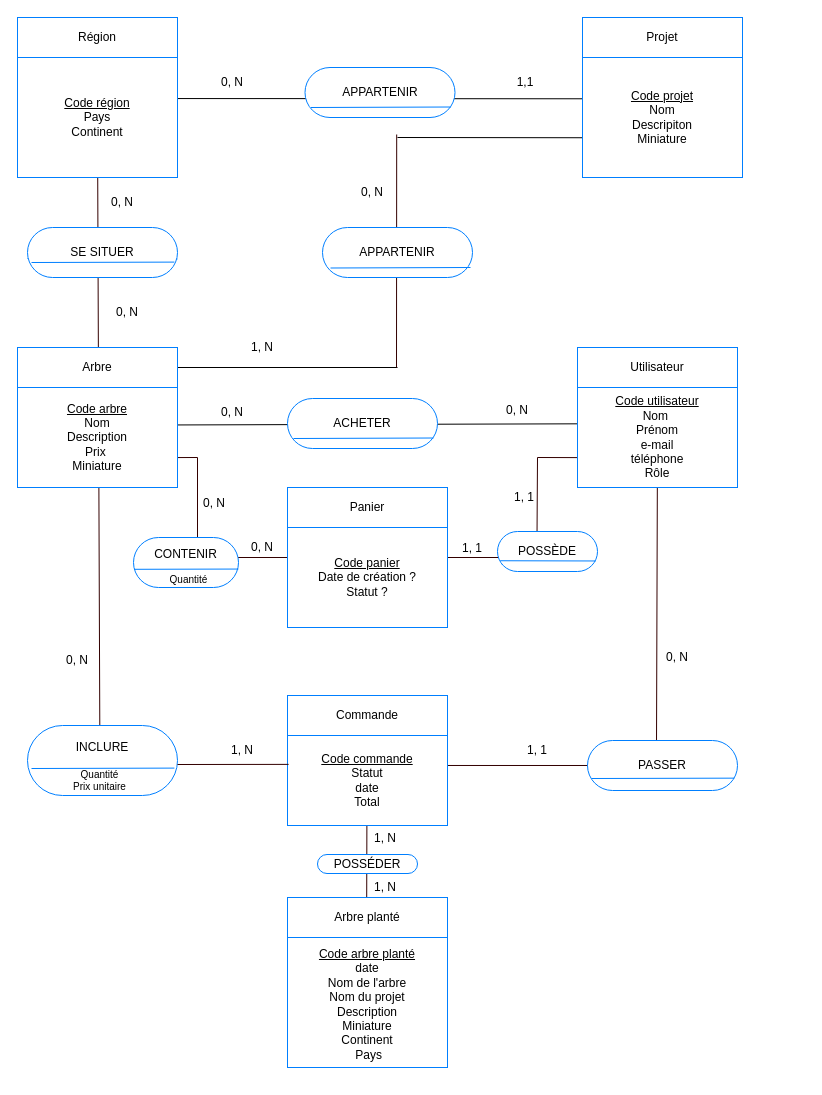
This is conception/MCD.drawio from ChloeGarciaMillerand/GreenRoots_Freyja, a draw.io file, before an edit. Source tidied: cells renumbered, new cells numbered last; positions are measured from the earlier drawing's top-left corner, leaving out a move shared by most shapes. Both pictures are drawn from the tidied source at 100%, with x=0, y=0 at pixel (17, 17).
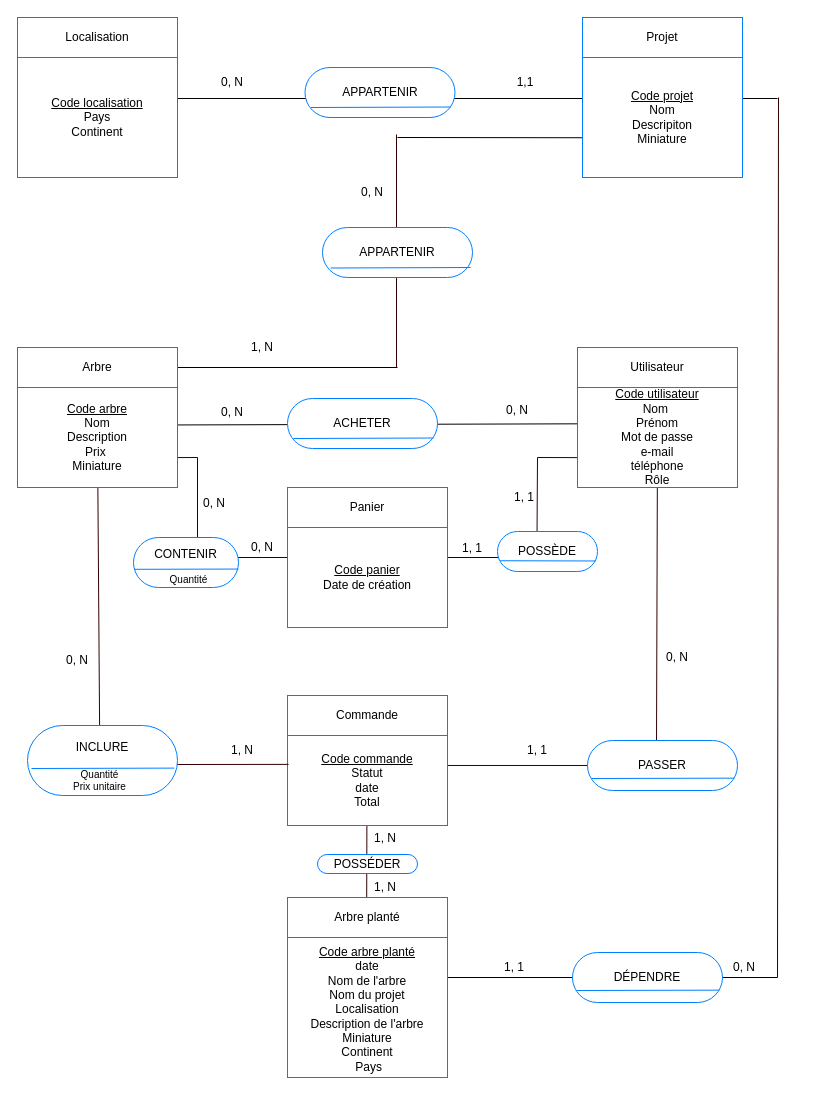
The same diagram, later.

Commit message (it also covers changes not shown here):
modify MCD/MLD/ERD

Unchanged cells that the change refers to:
```xml
<mxCell id="16" value="&lt;u&gt;Code arbre&lt;br&gt;&lt;/u&gt;Nom&lt;br&gt;Description&lt;br&gt;Prix&amp;nbsp;&lt;br&gt;Miniature" style="rounded=0;whiteSpace=wrap;html=1;strokeColor=#007FFF;" parent="1" vertex="1">
  <mxGeometry y="370" width="160" height="100" as="geometry" />
</mxCell>
<mxCell id="52" value="Quantité&lt;br style=&quot;font-size: 10px;&quot;&gt;Prix unitaire" style="rounded=0;whiteSpace=wrap;html=1;strokeColor=none;fillColor=none;fontSize=10;" parent="1" vertex="1">
  <mxGeometry x="35" y="748" width="95" height="30" as="geometry" />
</mxCell>
```

Diff of the diagram source:
```diff
@@
+    <mxCell id="71" style="endArrow=none;html=1;" parent="1" edge="1">
+      <mxGeometry relative="1" as="geometry">
+        <mxPoint x="420" y="960" as="sourcePoint" />
+        <mxPoint x="760" y="960" as="targetPoint" />
+      </mxGeometry>
+    </mxCell>
@@
-    <mxCell id="4" style="endArrow=none;html=1;entryX=0.875;entryY=0.375;entryDx=0;entryDy=0;entryPerimeter=0;exitX=-0.019;exitY=0.344;exitDx=0;exitDy=0;exitPerimeter=0;" parent="1" edge="1">
+    <mxCell id="4" style="endArrow=none;html=1;entryX=0.875;entryY=0.375;entryDx=0;entryDy=0;entryPerimeter=0;" parent="1" edge="1">
       <mxGeometry relative="1" as="geometry">
-        <mxPoint x="602" y="81.3" as="sourcePoint" />
+        <mxPoint x="760" y="81" as="sourcePoint" />
         <mxPoint x="71.5" y="81" as="targetPoint" />
       </mxGeometry>
     </mxCell>
@@
-    <mxCell id="12" style="endArrow=none;html=1;strokeColor=#330000;labelBorderColor=#330000;" parent="1" edge="1" source="52" target="34">
+    <mxCell id="12" style="endArrow=none;html=1;strokeColor=#330000;labelBorderColor=#330000;" parent="1" edge="1" source="52" target="16">
       <mxGeometry relative="1" as="geometry" />
     </mxCell>
@@
-    <mxCell id="18" value="&lt;u&gt;Code utilisateur&lt;br&gt;&lt;/u&gt;Nom&amp;nbsp;&lt;br&gt;Prénom&lt;br&gt;e-mail&lt;br&gt;téléphone&lt;br&gt;Rôle" style="rounded=0;whiteSpace=wrap;html=1;strokeColor=#007FFF;" parent="1" vertex="1">
+    <mxCell id="18" value="&lt;u&gt;Code utilisateur&lt;br&gt;&lt;/u&gt;Nom&amp;nbsp;&lt;br&gt;Prénom&lt;br&gt;Mot de passe&lt;br&gt;e-mail&lt;br&gt;téléphone&lt;br&gt;Rôle" style="rounded=0;whiteSpace=wrap;html=1;strokeColor=#007FFF;" parent="1" vertex="1">
       <mxGeometry x="560" y="370" width="160" height="100" as="geometry" />
     </mxCell>
@@
-    <mxCell id="33" value="Région" style="rounded=0;whiteSpace=wrap;html=1;strokeColor=#007FFF;" parent="1" vertex="1">
+    <mxCell id="33" value="Localisation" style="rounded=0;whiteSpace=wrap;html=1;strokeColor=#007FFF;" parent="1" vertex="1">
       <mxGeometry width="160" height="40" as="geometry" />
     </mxCell>
-    <mxCell id="34" value="&lt;u&gt;Code région&lt;br&gt;&lt;/u&gt;Pays&lt;br&gt;Continent&lt;br&gt;" style="rounded=0;whiteSpace=wrap;html=1;strokeColor=#007FFF;" parent="1" vertex="1">
+    <mxCell id="34" value="&lt;u&gt;Code localisation&lt;br&gt;&lt;/u&gt;Pays&lt;br&gt;Continent" style="rounded=0;whiteSpace=wrap;html=1;strokeColor=#007FFF;" parent="1" vertex="1">
       <mxGeometry y="40" width="160" height="120" as="geometry" />
     </mxCell>
-    <mxCell id="35" style="endArrow=none;html=1;entryX=1;entryY=0.75;entryDx=0;entryDy=0;strokeColor=#007FFF;" parent="1" edge="1">
-      <mxGeometry relative="1" as="geometry">
-        <mxPoint x="10" y="241" as="sourcePoint" />
-        <mxPoint x="160" y="241.5" as="targetPoint" />
-      </mxGeometry>
-    </mxCell>
-    <mxCell id="36" value="SE SITUER" style="rounded=1;whiteSpace=wrap;html=1;arcSize=50;strokeColor=#007FFF;" parent="1" vertex="1">
-      <mxGeometry x="10" y="210" width="150" height="50" as="geometry" />
-    </mxCell>
-    <mxCell id="37" value="0, N" style="rounded=0;whiteSpace=wrap;html=1;labelBorderColor=none;strokeColor=none;fillColor=none;" parent="1" vertex="1">
-      <mxGeometry x="85" y="175" width="40" height="20" as="geometry" />
-    </mxCell>
-    <mxCell id="38" value="0, N" style="rounded=0;whiteSpace=wrap;html=1;labelBorderColor=none;strokeColor=none;fillColor=none;" parent="1" vertex="1">
-      <mxGeometry x="90" y="285" width="40" height="20" as="geometry" />
-    </mxCell>
@@
-    <mxCell id="40" value="&lt;u&gt;Code panier&lt;br&gt;&lt;/u&gt;Date de création ?&lt;br&gt;Statut ?" style="rounded=0;whiteSpace=wrap;html=1;strokeColor=#007FFF;" parent="1" vertex="1">
+    <mxCell id="40" value="&lt;u&gt;Code panier&lt;br&gt;&lt;/u&gt;Date de création" style="rounded=0;whiteSpace=wrap;html=1;strokeColor=#007FFF;" parent="1" vertex="1">
       <mxGeometry x="270" y="510" width="160" height="100" as="geometry" />
     </mxCell>
@@
-    <mxCell id="51" style="endArrow=none;html=1;strokeColor=#007FFF;entryX=0.979;entryY=0.753;entryDx=0;entryDy=0;entryPerimeter=0;" parent="1" edge="1">
-      <mxGeometry relative="1" as="geometry">
-        <mxPoint x="14" y="245" as="sourcePoint" />
-        <mxPoint x="156.9" y="244.6" as="targetPoint" />
-      </mxGeometry>
-    </mxCell>
@@
-    <mxCell id="54" value="&lt;u&gt;Code arbre planté&lt;br&gt;&lt;/u&gt;date&lt;br&gt;Nom de l'arbre&lt;br&gt;Nom du projet&lt;br&gt;Description&lt;br&gt;Miniature&lt;br&gt;Continent&lt;br&gt;&amp;nbsp;Pays" style="rounded=0;whiteSpace=wrap;html=1;strokeColor=#007FFF;spacing=0;spacingBottom=-4;" parent="1" vertex="1">
-      <mxGeometry x="270" y="920" width="160" height="130" as="geometry" />
+    <mxCell id="54" value="&lt;u&gt;Code arbre planté&lt;br&gt;&lt;/u&gt;date&lt;br&gt;Nom de l'arbre&lt;br&gt;Nom du projet&lt;br&gt;Localisation&lt;br&gt;Description de l'arbre&lt;br&gt;Miniature&lt;br&gt;Continent&lt;br&gt;&amp;nbsp;Pays" style="rounded=0;whiteSpace=wrap;html=1;strokeColor=#007FFF;spacing=0;spacingBottom=-4;" parent="1" vertex="1">
+      <mxGeometry x="270" y="920" width="160" height="140" as="geometry" />
     </mxCell>
@@
     <mxCell id="64" style="endArrow=none;html=1;strokeColor=#330000;labelBorderColor=#330000;" parent="1" edge="1">
       <mxGeometry relative="1" as="geometry">
         <mxPoint x="379" y="350" as="sourcePoint" />
-        <mxPoint x="379.2" y="117" as="targetPoint" />
+        <mxPoint x="379" y="117" as="targetPoint" />
       </mxGeometry>
     </mxCell>
@@
+    <mxCell id="72" value="DÉPENDRE" style="rounded=1;whiteSpace=wrap;html=1;arcSize=50;strokeColor=#007FFF;" parent="1" vertex="1">
+      <mxGeometry x="555" y="935" width="150" height="50" as="geometry" />
+    </mxCell>
+    <mxCell id="73" style="endArrow=none;html=1;strokeColor=#007FFF;entryX=0.979;entryY=0.753;entryDx=0;entryDy=0;entryPerimeter=0;" parent="1" edge="1" target="72">
+      <mxGeometry relative="1" as="geometry">
+        <mxPoint x="559" y="973" as="sourcePoint" />
+      </mxGeometry>
+    </mxCell>
+    <mxCell id="74" style="endArrow=none;html=1;strokeColor=#330000;labelBorderColor=#330000;exitX=0.46;exitY=0.1;exitDx=0;exitDy=0;exitPerimeter=0;" parent="1" edge="1">
+      <mxGeometry relative="1" as="geometry">
+        <mxPoint x="760" y="960" as="sourcePoint" />
+        <mxPoint x="761" y="80" as="targetPoint" />
+      </mxGeometry>
+    </mxCell>
+    <mxCell id="75" value="1, 1" style="rounded=0;whiteSpace=wrap;html=1;labelBorderColor=none;strokeColor=none;fillColor=none;" parent="1" vertex="1">
+      <mxGeometry x="462" y="940" width="70" height="20" as="geometry" />
+    </mxCell>
+    <mxCell id="76" value="0, N" style="rounded=0;whiteSpace=wrap;html=1;labelBorderColor=none;strokeColor=none;fillColor=none;" parent="1" vertex="1">
+      <mxGeometry x="667" y="920" width="120" height="60" as="geometry" />
+    </mxCell>
```
